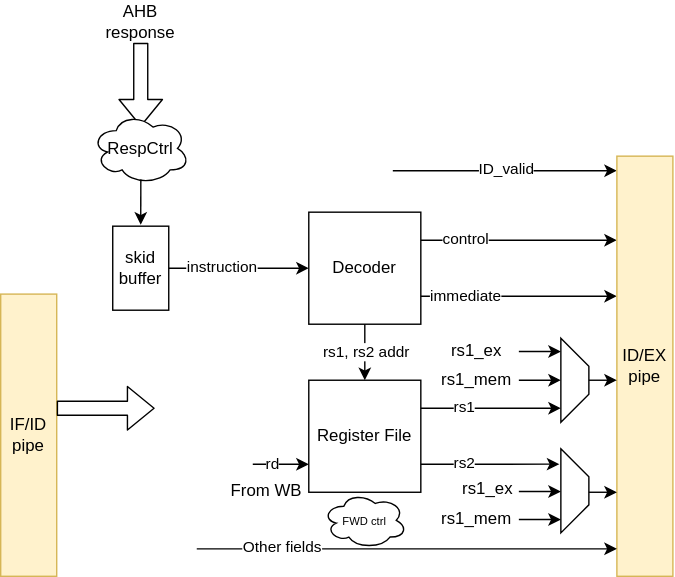
Above: docs/cpu/assets/cpu/ID.drawio.svg in feipenghhq/TinyLinuxRV (draw.io), before the change. Source tidied: cells renumbered, new cells last; positions are measured from the earlier drawing's top-left corner, leaving out a move shared by most shapes.
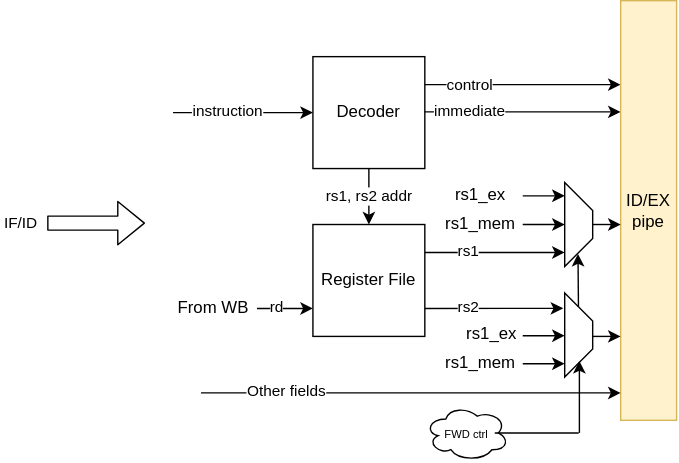
The same file after the commit.

Diff of the diagram source:
```diff
@@ -13,20 +13,6 @@
         <mxPoint x="-9" as="offset" />
       </mxGeometry>
     </mxCell>
-    <mxCell id="4" style="endArrow=classic;html=1;entryX=-0.003;entryY=0.068;entryDx=0;entryDy=0;entryPerimeter=0;" parent="1" edge="1">
-      <mxGeometry relative="1" as="geometry">
-        <mxPoint x="280" y="121.4" as="sourcePoint" />
-        <mxPoint x="440" y="121.4" as="targetPoint" />
-      </mxGeometry>
-    </mxCell>
-    <mxCell id="5" value="ID_valid" style="edgeLabel;html=1;align=center;verticalAlign=middle;" parent="4" vertex="1">
-      <mxGeometry x="-0.61" y="2" relative="1" as="geometry">
-        <mxPoint x="48" as="offset" />
-      </mxGeometry>
-    </mxCell>
-    <mxCell id="6" value="IF/ID pipe" style="rounded=0;whiteSpace=wrap;html=1;fillColor=#fff2cc;strokeColor=#d6b656;" parent="1" vertex="1">
-      <mxGeometry y="209.5" width="40" height="201.5" as="geometry" />
-    </mxCell>
     <mxCell id="7" value="Decoder" style="whiteSpace=wrap;html=1;" parent="1" vertex="1">
       <mxGeometry x="220" y="151" width="80" height="80" as="geometry" />
     </mxCell>
@@ -58,8 +44,8 @@
     </mxCell>
     <mxCell id="15" style="endArrow=classic;html=1;" parent="1" edge="1">
       <mxGeometry relative="1" as="geometry">
-        <mxPoint x="300" y="211" as="sourcePoint" />
-        <mxPoint x="440" y="211" as="targetPoint" />
+        <mxPoint x="300" y="190.5" as="sourcePoint" />
+        <mxPoint x="440" y="190.5" as="targetPoint" />
       </mxGeometry>
     </mxCell>
     <mxCell id="16" value="immediate" style="edgeLabel;html=1;align=center;verticalAlign=middle;" parent="15" vertex="1">
@@ -137,10 +123,12 @@
       </mxGeometry>
     </mxCell>
     <mxCell id="33" value="rd" style="edgeLabel;html=1;align=center;verticalAlign=middle;" parent="32" vertex="1">
-      <mxGeometry x="-0.37" y="1" relative="1" as="geometry" />
+      <mxGeometry x="-0.37" y="1" relative="1" as="geometry">
+        <mxPoint y="-1" as="offset" />
+      </mxGeometry>
     </mxCell>
     <mxCell id="34" value="From WB" style="text;html=1;whiteSpace=wrap;strokeColor=none;fillColor=none;align=center;verticalAlign=middle;rounded=0;" parent="1" vertex="1">
-      <mxGeometry x="160" y="334.5" width="60" height="30" as="geometry" />
+      <mxGeometry x="119" y="316" width="60" height="30" as="geometry" />
     </mxCell>
     <mxCell id="35" style="endArrow=classic;html=1;entryX=-0.003;entryY=0.068;entryDx=0;entryDy=0;entryPerimeter=0;" parent="1" edge="1">
       <mxGeometry relative="1" as="geometry">
@@ -154,33 +142,35 @@
       </mxGeometry>
     </mxCell>
     <mxCell id="37" value="&lt;font style=&quot;font-size: 8px;&quot;&gt;FWD ctrl&lt;/font&gt;" style="ellipse;shape=cloud;whiteSpace=wrap;html=1;" parent="1" vertex="1">
-      <mxGeometry x="230" y="351" width="60" height="40" as="geometry" />
+      <mxGeometry x="300" y="400" width="60" height="40" as="geometry" />
     </mxCell>
-    <mxCell id="38" style="shape=flexArrow;endArrow=classic;html=1;" parent="1" edge="1">
-      <mxGeometry relative="1" as="geometry">
-        <mxPoint x="100" y="30" as="sourcePoint" />
-        <mxPoint x="100" y="90" as="targetPoint" />
-      </mxGeometry>
-    </mxCell>
-    <mxCell id="39" value="AHB response" style="text;html=1;whiteSpace=wrap;strokeColor=none;fillColor=none;align=center;verticalAlign=middle;rounded=0;" parent="1" vertex="1">
-      <mxGeometry x="70" width="60" height="30" as="geometry" />
-    </mxCell>
-    <mxCell id="40" value="skid buffer" style="rounded=0;whiteSpace=wrap;html=1;" parent="1" vertex="1">
-      <mxGeometry x="80" y="161" width="40" height="60" as="geometry" />
-    </mxCell>
-    <mxCell id="41" value="RespCtrl" style="ellipse;shape=cloud;whiteSpace=wrap;html=1;" parent="1" vertex="1">
-      <mxGeometry x="65" y="80" width="70" height="51" as="geometry" />
-    </mxCell>
-    <mxCell id="42" style="endArrow=classic;html=1;exitX=0.501;exitY=0.936;exitDx=0;exitDy=0;exitPerimeter=0;" parent="1" edge="1" source="41">
-      <mxGeometry relative="1" as="geometry">
-        <mxPoint x="100" y="160" as="targetPoint" />
-      </mxGeometry>
-    </mxCell>
     <mxCell id="43" style="shape=flexArrow;endArrow=classic;html=1;" parent="1" edge="1">
       <mxGeometry relative="1" as="geometry">
-        <mxPoint x="40" y="291" as="sourcePoint" />
-        <mxPoint x="110" y="291" as="targetPoint" />
+        <mxPoint x="30" y="270" as="sourcePoint" />
+        <mxPoint x="100" y="270" as="targetPoint" />
       </mxGeometry>
     </mxCell>
+    <mxCell id="44" value="IF/ID&amp;nbsp;" style="edgeLabel;html=1;align=center;verticalAlign=middle;inheritText=1;" parent="43" vertex="1">
+      <mxGeometry x="-0.24" y="-4" relative="1" as="geometry">
+        <mxPoint x="-47" y="-5" as="offset" />
+      </mxGeometry>
+    </mxCell>
+    <mxCell id="45" style="endArrow=classic;html=1;" parent="1" edge="1">
+      <mxGeometry relative="1" as="geometry">
+        <mxPoint x="410.5" y="420" as="sourcePoint" />
+        <mxPoint x="410.5" y="368.5" as="targetPoint" />
+      </mxGeometry>
+    </mxCell>
+    <mxCell id="46" style="endArrow=none;html=1;" parent="1" edge="1">
+      <mxGeometry relative="1" as="geometry">
+        <mxPoint x="350" y="420" as="sourcePoint" />
+        <mxPoint x="410" y="420" as="targetPoint" />
+      </mxGeometry>
+    </mxCell>
+    <mxCell id="47" style="endArrow=classic;html=1;" parent="1" edge="1" source="20">
+      <mxGeometry relative="1" as="geometry">
+        <mxPoint x="409.5" y="292" as="targetPoint" />
+      </mxGeometry>
+    </mxCell>
   </root>
 </mxGraphModel>
```
